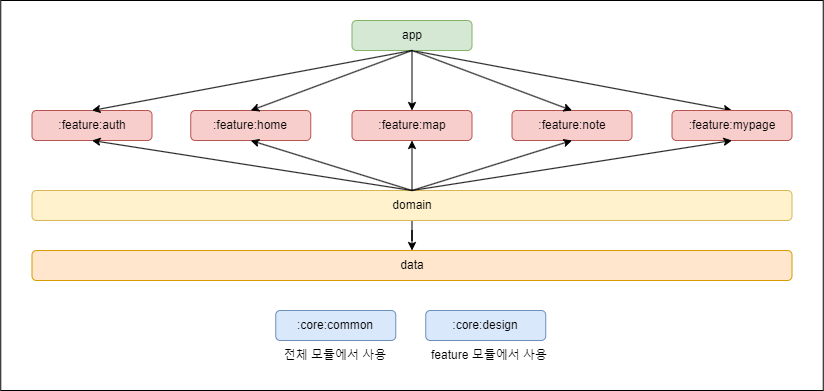
Earlier version of the draw.io export images/dependency_graph.png (AdultOfNineteen/WINEY-Android). Source tidied: cells renumbered, new cells last; positions are measured from the earlier drawing's top-left corner, leaving out a move shared by most shapes.
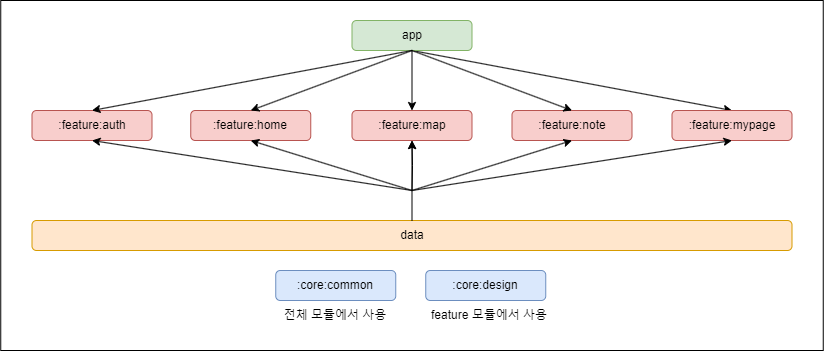
After the commit.

What changed in the source:
```diff
@@ -3,7 +3,7 @@
     <mxCell id="0" />
     <mxCell id="1" parent="0" />
     <mxCell id="2" style="rounded=0;whiteSpace=wrap;html=1;" parent="1" vertex="1">
-      <mxGeometry x="0.2" width="822.5" height="390" as="geometry" />
+      <mxGeometry x="0.2" width="822.5" height="350" as="geometry" />
     </mxCell>
     <mxCell id="3" style="rounded=0;jettySize=auto;html=1;exitX=0.5;exitY=1;exitDx=0;exitDy=0;entryX=0.5;entryY=0;entryDx=0;entryDy=0;" parent="1" edge="1" source="4" target="25">
       <mxGeometry relative="1" as="geometry" />
@@ -36,25 +36,21 @@
       <mxGeometry relative="1" as="geometry" />
     </mxCell>
     <mxCell id="13" value=":core:common" style="rounded=1;whiteSpace=wrap;html=1;fillColor=#dae8fc;strokeColor=#6c8ebf;" parent="1" vertex="1">
-      <mxGeometry x="275.2" y="310" width="120" height="30" as="geometry" />
+      <mxGeometry x="275.2" y="270" width="120" height="30" as="geometry" />
     </mxCell>
     <mxCell id="14" value=":core:design" style="rounded=1;whiteSpace=wrap;html=1;fillColor=#dae8fc;strokeColor=#6c8ebf;" parent="1" vertex="1">
-      <mxGeometry x="425.2" y="310" width="120" height="30" as="geometry" />
+      <mxGeometry x="425.2" y="270" width="120" height="30" as="geometry" />
     </mxCell>
     <mxCell id="15" style="edgeStyle=orthogonalEdgeStyle;rounded=0;orthogonalLoop=1;jettySize=auto;html=1;entryX=0;entryY=0.5;entryDx=0;entryDy=0;" parent="1" edge="1">
       <mxGeometry relative="1" as="geometry">
         <mxPoint x="509" y="205" as="targetPoint" />
       </mxGeometry>
     </mxCell>
-    <mxCell id="16" style="edgeStyle=orthogonalEdgeStyle;rounded=0;jettySize=auto;html=1;entryX=0.5;entryY=0;entryDx=0;entryDy=0;" parent="1" edge="1" source="18" target="22">
-      <mxGeometry relative="1" as="geometry" />
-    </mxCell>
-    <mxCell id="17" style="edgeStyle=orthogonalEdgeStyle;rounded=0;jettySize=auto;html=1;entryX=0.5;entryY=1;entryDx=0;entryDy=0;" parent="1" edge="1" source="18" target="6">
-      <mxGeometry relative="1" as="geometry" />
+    <mxCell id="17" style="edgeStyle=orthogonalEdgeStyle;rounded=0;jettySize=auto;html=1;entryX=0.5;entryY=1;entryDx=0;entryDy=0;" parent="1" edge="1" target="6">
+      <mxGeometry relative="1" as="geometry">
+        <mxPoint x="411.5" y="190" as="sourcePoint" />
+      </mxGeometry>
     </mxCell>
-    <mxCell id="18" value="domain" style="rounded=1;whiteSpace=wrap;html=1;fillColor=#fff2cc;strokeColor=#d6b656;" parent="1" vertex="1">
-      <mxGeometry x="31.5" y="190" width="760" height="30" as="geometry" />
-    </mxCell>
     <mxCell id="19" style="edgeStyle=orthogonalEdgeStyle;rounded=0;orthogonalLoop=1;jettySize=auto;html=1;entryX=0.5;entryY=0;entryDx=0;entryDy=0;" parent="1" edge="1">
       <mxGeometry relative="1" as="geometry">
         <mxPoint x="111.5" y="200" as="sourcePoint" />
@@ -71,28 +67,39 @@
       </mxGeometry>
     </mxCell>
     <mxCell id="22" value="data" style="rounded=1;whiteSpace=wrap;html=1;fillColor=#ffe6cc;strokeColor=#d79b00;" parent="1" vertex="1">
-      <mxGeometry x="31.5" y="250" width="760" height="30" as="geometry" />
+      <mxGeometry x="31.5" y="220" width="760" height="30" as="geometry" />
     </mxCell>
     <mxCell id="23" value="feature 모듈에서 사용" style="text;html=1;strokeColor=none;fillColor=none;align=center;verticalAlign=middle;whiteSpace=wrap;rounded=0;" parent="1" vertex="1">
-      <mxGeometry x="425.2" y="340" width="127.5" height="30" as="geometry" />
+      <mxGeometry x="425.2" y="300" width="127.5" height="30" as="geometry" />
     </mxCell>
     <mxCell id="24" value="전체 모듈에서 사용" style="text;html=1;strokeColor=none;fillColor=none;align=center;verticalAlign=middle;whiteSpace=wrap;rounded=0;" parent="1" vertex="1">
-      <mxGeometry x="270.2" y="340" width="130" height="30" as="geometry" />
+      <mxGeometry x="270.2" y="300" width="130" height="30" as="geometry" />
     </mxCell>
     <mxCell id="25" value=":feature:mypage" style="rounded=1;whiteSpace=wrap;html=1;fillColor=#f8cecc;strokeColor=#b85450;" parent="1" vertex="1">
       <mxGeometry x="671.5" y="110" width="120" height="30" as="geometry" />
     </mxCell>
-    <mxCell id="26" style="endArrow=classic;html=1;rounded=0;entryX=0.5;entryY=1;entryDx=0;entryDy=0;exitX=0.5;exitY=0;exitDx=0;exitDy=0;" parent="1" edge="1" source="18" target="8">
-      <mxGeometry relative="1" as="geometry" />
+    <mxCell id="26" style="endArrow=classic;html=1;rounded=0;entryX=0.5;entryY=1;entryDx=0;entryDy=0;exitX=0.5;exitY=0;exitDx=0;exitDy=0;" parent="1" edge="1" target="8">
+      <mxGeometry relative="1" as="geometry">
+        <mxPoint x="411.5" y="190" as="sourcePoint" />
+      </mxGeometry>
     </mxCell>
-    <mxCell id="27" style="endArrow=classic;html=1;rounded=0;entryX=0.5;entryY=1;entryDx=0;entryDy=0;exitX=0.5;exitY=0;exitDx=0;exitDy=0;" parent="1" edge="1" source="18" target="25">
-      <mxGeometry relative="1" as="geometry" />
+    <mxCell id="27" style="endArrow=classic;html=1;rounded=0;entryX=0.5;entryY=1;entryDx=0;entryDy=0;exitX=0.5;exitY=0;exitDx=0;exitDy=0;" parent="1" edge="1" target="25">
+      <mxGeometry relative="1" as="geometry">
+        <mxPoint x="411.5" y="190" as="sourcePoint" />
+      </mxGeometry>
     </mxCell>
-    <mxCell id="28" style="endArrow=classic;html=1;rounded=0;entryX=0.5;entryY=1;entryDx=0;entryDy=0;exitX=0.5;exitY=0;exitDx=0;exitDy=0;" parent="1" edge="1" source="18" target="7">
-      <mxGeometry relative="1" as="geometry" />
+    <mxCell id="28" style="endArrow=classic;html=1;rounded=0;entryX=0.5;entryY=1;entryDx=0;entryDy=0;exitX=0.5;exitY=0;exitDx=0;exitDy=0;" parent="1" edge="1" target="7">
+      <mxGeometry relative="1" as="geometry">
+        <mxPoint x="411.5" y="190" as="sourcePoint" />
+      </mxGeometry>
     </mxCell>
-    <mxCell id="29" style="endArrow=classic;html=1;rounded=0;entryX=0.5;entryY=1;entryDx=0;entryDy=0;exitX=0.5;exitY=0;exitDx=0;exitDy=0;" parent="1" edge="1" source="18" target="5">
-      <mxGeometry relative="1" as="geometry" />
+    <mxCell id="29" style="endArrow=classic;html=1;rounded=0;entryX=0.5;entryY=1;entryDx=0;entryDy=0;exitX=0.5;exitY=0;exitDx=0;exitDy=0;" parent="1" edge="1" target="5">
+      <mxGeometry relative="1" as="geometry">
+        <mxPoint x="411.5" y="190" as="sourcePoint" />
+      </mxGeometry>
     </mxCell>
+    <mxCell id="30" style="endArrow=classic;html=1;rounded=0;entryX=0.5;entryY=1;entryDx=0;entryDy=0;exitX=0.5;exitY=0;exitDx=0;exitDy=0;" parent="1" edge="1" source="22" target="6">
+      <mxGeometry relative="1" as="geometry" />
+    </mxCell>
   </root>
 </mxGraphModel>
```
